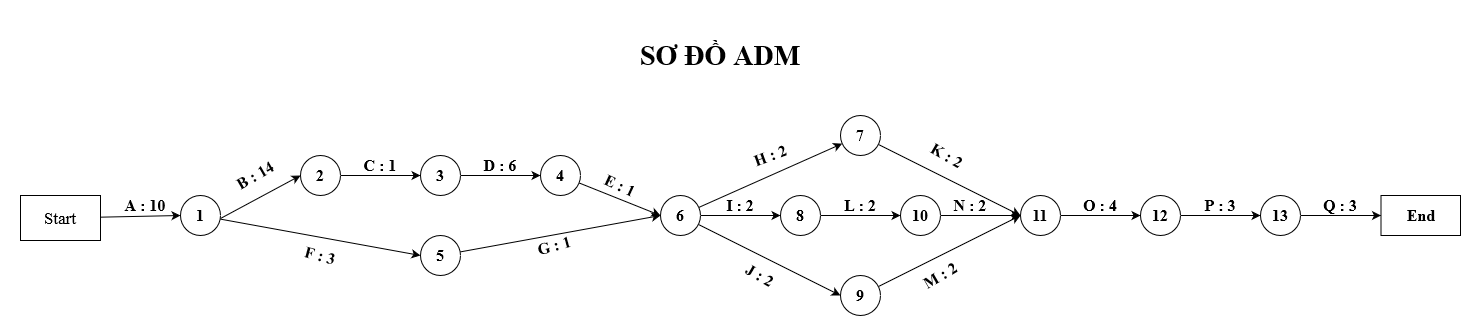
Before: Documents/QLDA/ADM_Chart.png, a diagram exported from draw.io (H2Q318/HQN-Team). Source tidied: cells renumbered, new cells last; positions are measured from the earlier drawing's top-left corner, leaving out a move shared by most shapes.
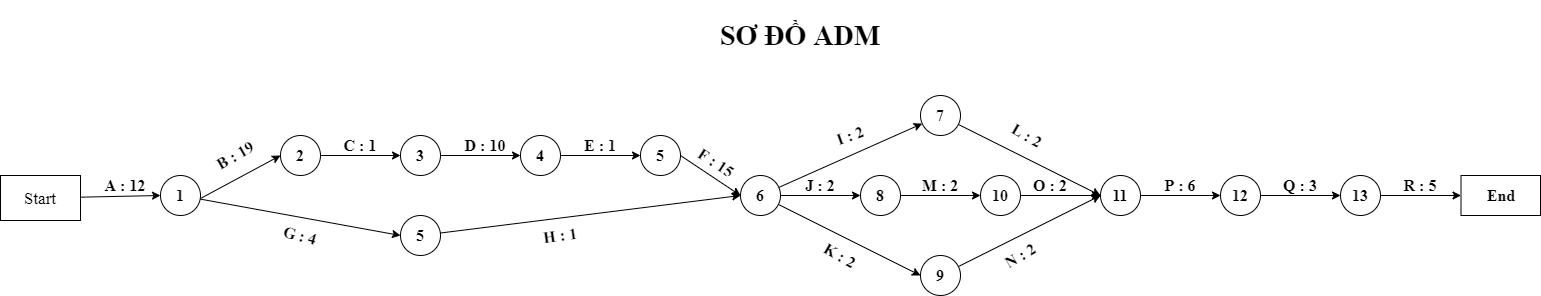
Above is the later version.

Diff of the diagram source:
```diff
@@ -4,37 +4,34 @@
     <mxCell id="1" parent="0" />
     <mxCell id="2" style="rounded=0;jettySize=auto;html=1;entryX=0;entryY=0.5;entryDx=0;entryDy=0;fontFamily=Times New Roman;fontSize=16;fontStyle=1;" parent="1" edge="1" target="5">
       <mxGeometry relative="1" as="geometry">
-        <mxPoint x="200" y="183" as="sourcePoint" />
+        <mxPoint x="100" y="183" as="sourcePoint" />
       </mxGeometry>
     </mxCell>
     <mxCell id="3" style="edgeStyle=none;rounded=0;jettySize=auto;html=1;entryX=0;entryY=0.5;entryDx=0;entryDy=0;fontFamily=Times New Roman;fontSize=16;fontStyle=1;" parent="1" edge="1" target="9">
       <mxGeometry relative="1" as="geometry">
-        <mxPoint x="199.7" y="183.6" as="sourcePoint" />
+        <mxPoint x="99.7" y="183.6" as="sourcePoint" />
       </mxGeometry>
     </mxCell>
     <mxCell id="4" style="edgeStyle=none;rounded=0;jettySize=auto;html=1;entryX=0;entryY=0.5;entryDx=0;entryDy=0;fontFamily=Times New Roman;fontSize=16;fontStyle=1;" parent="1" edge="1" source="5" target="7">
       <mxGeometry relative="1" as="geometry" />
     </mxCell>
     <mxCell id="5" value="2" style="ellipse;whiteSpace=wrap;html=1;fontFamily=Times New Roman;fontSize=16;fontStyle=1;" parent="1" vertex="1">
-      <mxGeometry x="280" y="120" width="40" height="40" as="geometry" />
+      <mxGeometry x="180" y="120" width="40" height="40" as="geometry" />
     </mxCell>
     <mxCell id="6" style="edgeStyle=none;rounded=0;jettySize=auto;html=1;entryX=0;entryY=0.5;entryDx=0;entryDy=0;fontFamily=Times New Roman;fontSize=16;fontStyle=1;" parent="1" edge="1" source="7" target="11">
       <mxGeometry relative="1" as="geometry" />
     </mxCell>
     <mxCell id="7" value="3" style="ellipse;whiteSpace=wrap;html=1;fontFamily=Times New Roman;fontSize=16;fontStyle=1;" parent="1" vertex="1">
-      <mxGeometry x="400" y="120" width="40" height="40" as="geometry" />
+      <mxGeometry x="300" y="120" width="40" height="40" as="geometry" />
     </mxCell>
     <mxCell id="8" style="edgeStyle=none;rounded=0;jettySize=auto;html=1;entryX=0;entryY=0.5;entryDx=0;entryDy=0;fontFamily=Times New Roman;fontSize=16;fontStyle=1;" parent="1" edge="1" source="9" target="15">
       <mxGeometry relative="1" as="geometry" />
     </mxCell>
     <mxCell id="9" value="5" style="ellipse;whiteSpace=wrap;html=1;fontFamily=Times New Roman;fontSize=16;fontStyle=1;" parent="1" vertex="1">
-      <mxGeometry x="400" y="200" width="40" height="40" as="geometry" />
+      <mxGeometry x="300" y="200" width="40" height="40" as="geometry" />
     </mxCell>
-    <mxCell id="10" style="edgeStyle=none;rounded=0;jettySize=auto;html=1;entryX=0;entryY=0.5;entryDx=0;entryDy=0;fontFamily=Times New Roman;fontSize=16;fontStyle=1;" parent="1" edge="1" source="11" target="15">
-      <mxGeometry relative="1" as="geometry" />
-    </mxCell>
     <mxCell id="11" value="4" style="ellipse;whiteSpace=wrap;html=1;fontFamily=Times New Roman;fontSize=16;fontStyle=1;" parent="1" vertex="1">
-      <mxGeometry x="520" y="120" width="40" height="40" as="geometry" />
+      <mxGeometry x="420" y="120" width="40" height="40" as="geometry" />
     </mxCell>
     <mxCell id="12" style="edgeStyle=none;rounded=0;jettySize=auto;html=1;fontFamily=Times New Roman;fontSize=16;fontStyle=1;" parent="1" edge="1" source="15" target="17">
       <mxGeometry relative="1" as="geometry" />
@@ -94,52 +91,52 @@
     <mxCell id="29" value="13" style="ellipse;whiteSpace=wrap;html=1;fontFamily=Times New Roman;fontSize=16;fontStyle=1;" parent="1" vertex="1">
       <mxGeometry x="1240" y="160" width="40" height="40" as="geometry" />
     </mxCell>
-    <mxCell id="30" value="B : 14" style="text;html=1;strokeColor=none;fillColor=none;align=center;verticalAlign=middle;whiteSpace=wrap;rounded=0;rotation=-30;fontFamily=Times New Roman;fontSize=16;fontStyle=1;" parent="1" vertex="1">
-      <mxGeometry x="209.5" y="130" width="50" height="20" as="geometry" />
+    <mxCell id="30" value="B : 19" style="text;html=1;strokeColor=none;fillColor=none;align=center;verticalAlign=middle;whiteSpace=wrap;rounded=0;rotation=-30;fontFamily=Times New Roman;fontSize=16;fontStyle=1;" parent="1" vertex="1">
+      <mxGeometry x="109.5" y="130" width="50" height="20" as="geometry" />
     </mxCell>
     <mxCell id="31" value="C : 1" style="text;html=1;strokeColor=none;fillColor=none;align=center;verticalAlign=middle;whiteSpace=wrap;rounded=0;fontFamily=Times New Roman;fontSize=16;fontStyle=1;" parent="1" vertex="1">
-      <mxGeometry x="340" y="120" width="40" height="20" as="geometry" />
+      <mxGeometry x="240" y="120" width="40" height="20" as="geometry" />
     </mxCell>
-    <mxCell id="32" value="D : 6" style="text;html=1;strokeColor=none;fillColor=none;align=center;verticalAlign=middle;whiteSpace=wrap;rounded=0;fontFamily=Times New Roman;fontSize=16;fontStyle=1;" parent="1" vertex="1">
-      <mxGeometry x="460" y="120" width="40" height="20" as="geometry" />
+    <mxCell id="32" value="D : 10" style="text;html=1;strokeColor=none;fillColor=none;align=center;verticalAlign=middle;whiteSpace=wrap;rounded=0;fontFamily=Times New Roman;fontSize=16;fontStyle=1;" parent="1" vertex="1">
+      <mxGeometry x="360" y="120" width="50" height="20" as="geometry" />
     </mxCell>
-    <mxCell id="33" value="J : 2" style="text;html=1;strokeColor=none;fillColor=none;align=center;verticalAlign=middle;whiteSpace=wrap;rounded=0;rotation=30;fontFamily=Times New Roman;fontSize=16;fontStyle=1;" parent="1" vertex="1">
+    <mxCell id="33" value="K : 2" style="text;html=1;strokeColor=none;fillColor=none;align=center;verticalAlign=middle;whiteSpace=wrap;rounded=0;rotation=30;fontFamily=Times New Roman;fontSize=16;fontStyle=1;" parent="1" vertex="1">
       <mxGeometry x="720" y="230" width="40" height="20" as="geometry" />
     </mxCell>
-    <mxCell id="34" value="K : 2" style="text;html=1;strokeColor=none;fillColor=none;align=center;verticalAlign=middle;whiteSpace=wrap;rounded=0;rotation=30;fontFamily=Times New Roman;fontSize=16;fontStyle=1;" parent="1" vertex="1">
+    <mxCell id="34" value="L : 2" style="text;html=1;strokeColor=none;fillColor=none;align=center;verticalAlign=middle;whiteSpace=wrap;rounded=0;rotation=30;fontFamily=Times New Roman;fontSize=16;fontStyle=1;" parent="1" vertex="1">
       <mxGeometry x="907" y="110" width="40" height="20" as="geometry" />
     </mxCell>
-    <mxCell id="35" value="H : 2" style="text;html=1;strokeColor=none;fillColor=none;align=center;verticalAlign=middle;whiteSpace=wrap;rounded=0;rotation=-20;fontFamily=Times New Roman;fontSize=16;fontStyle=1;" parent="1" vertex="1">
+    <mxCell id="35" value="I : 2" style="text;html=1;strokeColor=none;fillColor=none;align=center;verticalAlign=middle;whiteSpace=wrap;rounded=0;rotation=-20;fontFamily=Times New Roman;fontSize=16;fontStyle=1;" parent="1" vertex="1">
       <mxGeometry x="730" y="110" width="40" height="20" as="geometry" />
     </mxCell>
-    <mxCell id="36" value="N : 2" style="text;html=1;strokeColor=none;fillColor=none;align=center;verticalAlign=middle;whiteSpace=wrap;rounded=0;fontFamily=Times New Roman;fontSize=16;fontStyle=1;" parent="1" vertex="1">
+    <mxCell id="36" value="O : 2" style="text;html=1;strokeColor=none;fillColor=none;align=center;verticalAlign=middle;whiteSpace=wrap;rounded=0;fontFamily=Times New Roman;fontSize=16;fontStyle=1;" parent="1" vertex="1">
       <mxGeometry x="930" y="160" width="40" height="20" as="geometry" />
     </mxCell>
-    <mxCell id="37" value="L : 2" style="text;html=1;strokeColor=none;fillColor=none;align=center;verticalAlign=middle;whiteSpace=wrap;rounded=0;fontFamily=Times New Roman;fontSize=16;fontStyle=1;" parent="1" vertex="1">
+    <mxCell id="37" value="M : 2" style="text;html=1;strokeColor=none;fillColor=none;align=center;verticalAlign=middle;whiteSpace=wrap;rounded=0;fontFamily=Times New Roman;fontSize=16;fontStyle=1;" parent="1" vertex="1">
       <mxGeometry x="820" y="160" width="40" height="20" as="geometry" />
     </mxCell>
-    <mxCell id="38" value="I : 2" style="text;html=1;strokeColor=none;fillColor=none;align=center;verticalAlign=middle;whiteSpace=wrap;rounded=0;fontFamily=Times New Roman;fontSize=16;fontStyle=1;" parent="1" vertex="1">
+    <mxCell id="38" value="J : 2" style="text;html=1;strokeColor=none;fillColor=none;align=center;verticalAlign=middle;whiteSpace=wrap;rounded=0;fontFamily=Times New Roman;fontSize=16;fontStyle=1;" parent="1" vertex="1">
       <mxGeometry x="700" y="160" width="40" height="20" as="geometry" />
     </mxCell>
-    <mxCell id="39" value="E : 1" style="text;html=1;strokeColor=none;fillColor=none;align=center;verticalAlign=middle;whiteSpace=wrap;rounded=0;rotation=25;fontFamily=Times New Roman;fontSize=16;fontStyle=1;" parent="1" vertex="1">
-      <mxGeometry x="580" y="140" width="40" height="20" as="geometry" />
+    <mxCell id="39" value="E : 1" style="text;html=1;strokeColor=none;fillColor=none;align=center;verticalAlign=middle;whiteSpace=wrap;rounded=0;rotation=0;fontFamily=Times New Roman;fontSize=16;fontStyle=1;" parent="1" vertex="1">
+      <mxGeometry x="480" y="120" width="40" height="20" as="geometry" />
     </mxCell>
-    <mxCell id="40" value="G : 1" style="text;html=1;strokeColor=none;fillColor=none;align=center;verticalAlign=middle;whiteSpace=wrap;rounded=0;rotation=-15;fontFamily=Times New Roman;fontSize=16;fontStyle=1;" parent="1" vertex="1">
-      <mxGeometry x="514" y="200" width="40" height="20" as="geometry" />
+    <mxCell id="40" value="H : 1" style="text;html=1;strokeColor=none;fillColor=none;align=center;verticalAlign=middle;whiteSpace=wrap;rounded=0;rotation=352;fontFamily=Times New Roman;fontSize=16;fontStyle=1;" parent="1" vertex="1">
+      <mxGeometry x="440" y="210" width="40" height="20" as="geometry" />
     </mxCell>
-    <mxCell id="41" value="F : 3" style="text;html=1;strokeColor=none;fillColor=none;align=center;verticalAlign=middle;whiteSpace=wrap;rounded=0;rotation=15;fontFamily=Times New Roman;fontSize=16;fontStyle=1;" parent="1" vertex="1">
-      <mxGeometry x="280" y="210" width="40" height="20" as="geometry" />
+    <mxCell id="41" value="G : 4" style="text;html=1;strokeColor=none;fillColor=none;align=center;verticalAlign=middle;whiteSpace=wrap;rounded=0;rotation=15;fontFamily=Times New Roman;fontSize=16;fontStyle=1;" parent="1" vertex="1">
+      <mxGeometry x="180" y="210" width="40" height="20" as="geometry" />
     </mxCell>
-    <mxCell id="42" value="O : 4" style="text;html=1;strokeColor=none;fillColor=none;align=center;verticalAlign=middle;whiteSpace=wrap;rounded=0;fontFamily=Times New Roman;fontSize=16;fontStyle=1;" parent="1" vertex="1">
+    <mxCell id="42" value="P : 6" style="text;html=1;strokeColor=none;fillColor=none;align=center;verticalAlign=middle;whiteSpace=wrap;rounded=0;fontFamily=Times New Roman;fontSize=16;fontStyle=1;" parent="1" vertex="1">
       <mxGeometry x="1060" y="160" width="40" height="20" as="geometry" />
     </mxCell>
-    <mxCell id="43" value="M : 2" style="text;html=1;strokeColor=none;fillColor=none;align=center;verticalAlign=middle;whiteSpace=wrap;rounded=0;rotation=-30;fontFamily=Times New Roman;fontSize=16;fontStyle=1;" parent="1" vertex="1">
+    <mxCell id="43" value="N : 2" style="text;html=1;strokeColor=none;fillColor=none;align=center;verticalAlign=middle;whiteSpace=wrap;rounded=0;rotation=-30;fontFamily=Times New Roman;fontSize=16;fontStyle=1;" parent="1" vertex="1">
       <mxGeometry x="900" y="230" width="40" height="20" as="geometry" />
     </mxCell>
-    <mxCell id="44" value="Q : 3" style="text;html=1;strokeColor=none;fillColor=none;align=center;verticalAlign=middle;whiteSpace=wrap;rounded=0;fontFamily=Times New Roman;fontSize=16;fontStyle=1;" parent="1" vertex="1">
+    <mxCell id="44" value="R : 5" style="text;html=1;strokeColor=none;fillColor=none;align=center;verticalAlign=middle;whiteSpace=wrap;rounded=0;fontFamily=Times New Roman;fontSize=16;fontStyle=1;" parent="1" vertex="1">
       <mxGeometry x="1300" y="160" width="40" height="20" as="geometry" />
     </mxCell>
-    <mxCell id="45" value="P : 3" style="text;html=1;strokeColor=none;fillColor=none;align=center;verticalAlign=middle;whiteSpace=wrap;rounded=0;fontFamily=Times New Roman;fontSize=16;fontStyle=1;" parent="1" vertex="1">
+    <mxCell id="45" value="Q : 3" style="text;html=1;strokeColor=none;fillColor=none;align=center;verticalAlign=middle;whiteSpace=wrap;rounded=0;fontFamily=Times New Roman;fontSize=16;fontStyle=1;" parent="1" vertex="1">
       <mxGeometry x="1180" y="160" width="40" height="20" as="geometry" />
     </mxCell>
     <mxCell id="46" value="&lt;h1 style=&quot;font-size: 28px&quot;&gt;&lt;font style=&quot;font-size: 28px&quot;&gt;SƠ ĐỒ ADM&lt;/font&gt;&lt;/h1&gt;" style="text;html=1;strokeColor=none;fillColor=none;align=center;verticalAlign=middle;whiteSpace=wrap;rounded=0;fontFamily=Times New Roman;fontSize=16;fontStyle=1;" parent="1" vertex="1">
@@ -149,16 +146,28 @@
       <mxGeometry relative="1" as="geometry" />
     </mxCell>
     <mxCell id="48" value="Start" style="rounded=0;whiteSpace=wrap;html=1;fontFamily=Times New Roman;fontSize=17;" parent="1" vertex="1">
-      <mxGeometry y="160" width="80" height="45" as="geometry" />
+      <mxGeometry x="-100" y="160" width="80" height="45" as="geometry" />
     </mxCell>
     <mxCell id="49" value="End" style="rounded=0;whiteSpace=wrap;html=1;fontFamily=Times New Roman;fontSize=16;fontStyle=1;" parent="1" vertex="1">
       <mxGeometry x="1360.5" y="160" width="79.5" height="40" as="geometry" />
     </mxCell>
     <mxCell id="50" value="1" style="ellipse;whiteSpace=wrap;html=1;fontFamily=Times New Roman;fontSize=16;fontStyle=1;" parent="1" vertex="1">
-      <mxGeometry x="160" y="160" width="40" height="40" as="geometry" />
+      <mxGeometry x="60" y="160" width="40" height="40" as="geometry" />
     </mxCell>
-    <mxCell id="51" value="A : 10" style="text;html=1;strokeColor=none;fillColor=none;align=center;verticalAlign=middle;whiteSpace=wrap;rounded=0;rotation=0;fontFamily=Times New Roman;fontSize=16;fontStyle=1;" parent="1" vertex="1">
-      <mxGeometry x="100" y="160" width="50" height="20" as="geometry" />
+    <mxCell id="51" value="A : 12" style="text;html=1;strokeColor=none;fillColor=none;align=center;verticalAlign=middle;whiteSpace=wrap;rounded=0;rotation=0;fontFamily=Times New Roman;fontSize=16;fontStyle=1;" parent="1" vertex="1">
+      <mxGeometry y="160" width="50" height="20" as="geometry" />
     </mxCell>
+    <mxCell id="52" style="edgeStyle=none;rounded=0;jettySize=auto;html=1;fontFamily=Times New Roman;fontSize=16;fontStyle=1;exitX=1;exitY=0.5;exitDx=0;exitDy=0;entryX=0;entryY=0.5;entryDx=0;entryDy=0;" parent="1" edge="1" source="11" target="53">
+      <mxGeometry relative="1" as="geometry" />
+    </mxCell>
+    <mxCell id="53" value="5" style="ellipse;whiteSpace=wrap;html=1;fontFamily=Times New Roman;fontSize=16;fontStyle=1;" parent="1" vertex="1">
+      <mxGeometry x="540" y="120" width="40" height="40" as="geometry" />
+    </mxCell>
+    <mxCell id="54" style="edgeStyle=none;rounded=0;jettySize=auto;html=1;fontFamily=Times New Roman;fontSize=16;fontStyle=1;exitX=1;exitY=0.5;exitDx=0;exitDy=0;entryX=0;entryY=0.5;entryDx=0;entryDy=0;" parent="1" edge="1" source="53" target="15">
+      <mxGeometry relative="1" as="geometry" />
+    </mxCell>
+    <mxCell id="55" value="F : 15" style="text;html=1;strokeColor=none;fillColor=none;align=center;verticalAlign=middle;whiteSpace=wrap;rounded=0;rotation=33;fontFamily=Times New Roman;fontSize=16;fontStyle=1;" parent="1" vertex="1">
+      <mxGeometry x="590.8" y="137.3" width="50" height="20" as="geometry" />
+    </mxCell>
   </root>
 </mxGraphModel>
```
